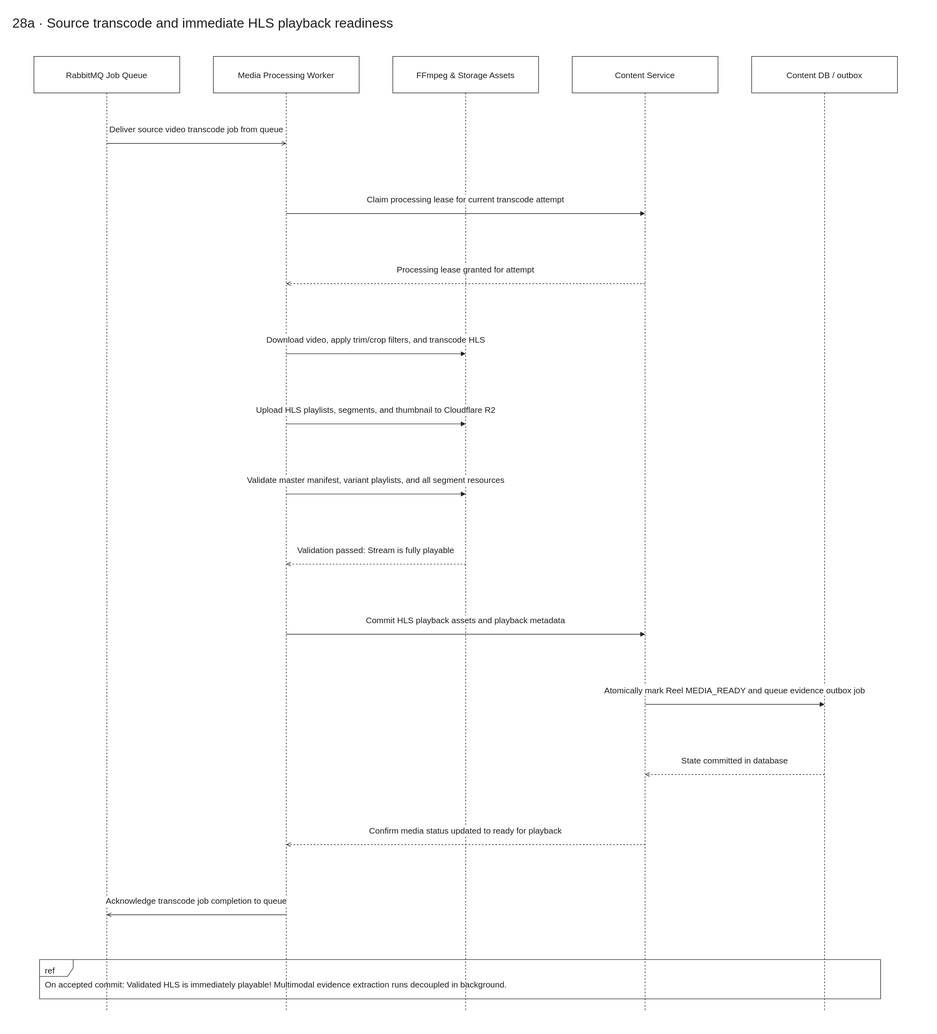
Before: docs/diagrams/velora-current/importable-svg/28a-media-playback-readiness.drawio.svg, a diagram exported from draw.io (HieuCuteDangYeu/velora-backend). Source tidied: cells renumbered, new cells last; positions are measured from the earlier drawing's top-left corner, leaving out a move shared by most shapes.
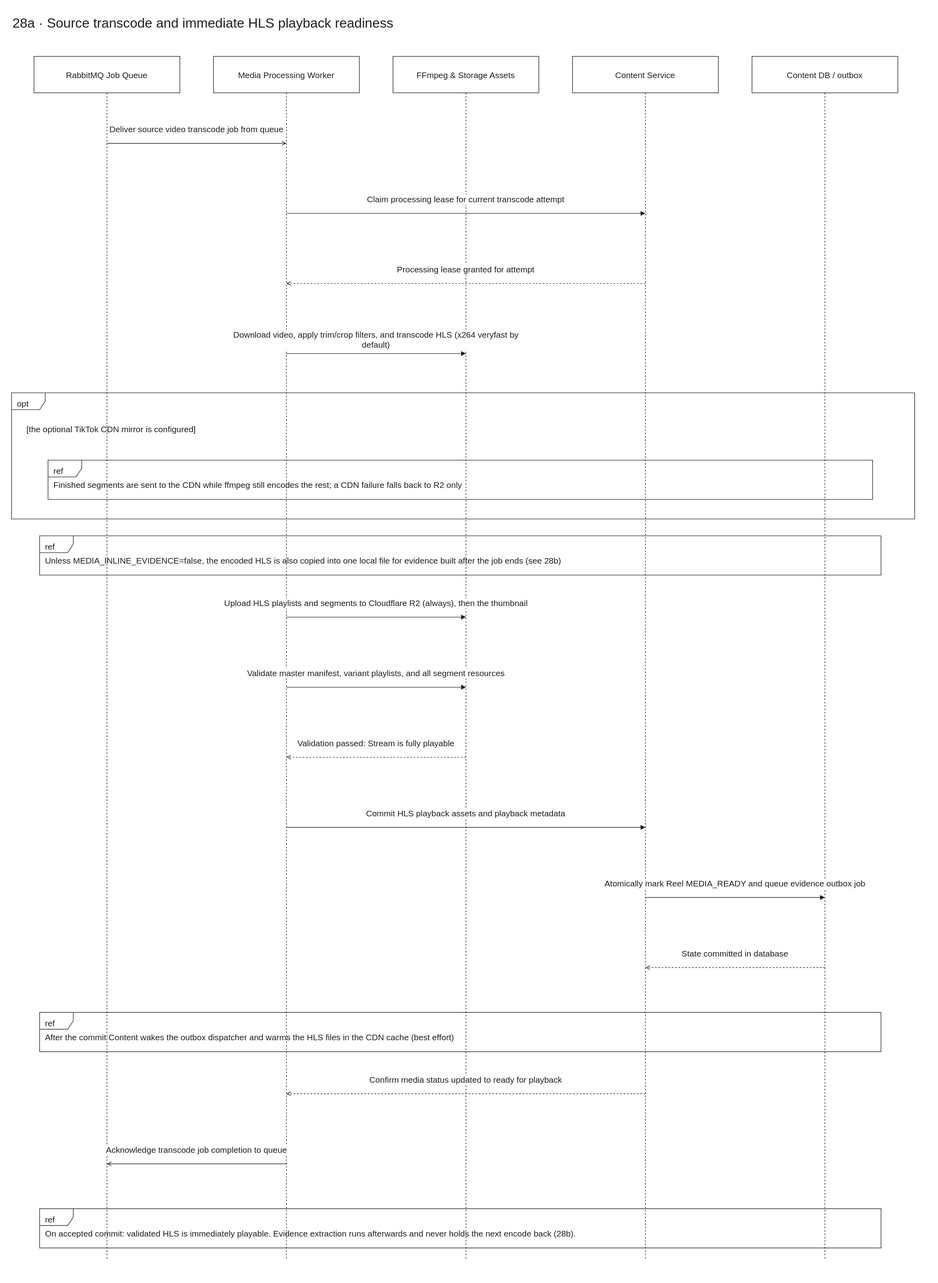
The same diagram one commit later.

Change to the diagram source:
```diff
@@ -2,36 +2,36 @@
   <root>
     <mxCell id="0" />
     <mxCell id="1" parent="0" />
-    <mxCell id="2" style="html=1;fontFamily=Arial;fontSize=15;fontColor=light-dark(#202020,#eeeeee);strokeColor=light-dark(#202020,#eeeeee);dashed=1;endArrow=none;" parent="1" edge="1">
-      <mxGeometry relative="1" as="geometry">
-        <mxPoint x="1450" y="145" as="sourcePoint" />
-        <mxPoint x="1450" y="1780" as="targetPoint" />
-      </mxGeometry>
-    </mxCell>
-    <mxCell id="3" style="html=1;fontFamily=Arial;fontSize=15;fontColor=light-dark(#202020,#eeeeee);strokeColor=light-dark(#202020,#eeeeee);dashed=1;endArrow=none;" parent="1" edge="1">
-      <mxGeometry relative="1" as="geometry">
-        <mxPoint x="1130" y="145" as="sourcePoint" />
-        <mxPoint x="1130" y="1780" as="targetPoint" />
-      </mxGeometry>
-    </mxCell>
-    <mxCell id="4" style="html=1;fontFamily=Arial;fontSize=15;fontColor=light-dark(#202020,#eeeeee);strokeColor=light-dark(#202020,#eeeeee);dashed=1;endArrow=none;" parent="1" edge="1">
-      <mxGeometry relative="1" as="geometry">
-        <mxPoint x="810" y="145" as="sourcePoint" />
-        <mxPoint x="810" y="1780" as="targetPoint" />
-      </mxGeometry>
-    </mxCell>
-    <mxCell id="5" style="html=1;fontFamily=Arial;fontSize=15;fontColor=light-dark(#202020,#eeeeee);strokeColor=light-dark(#202020,#eeeeee);dashed=1;endArrow=none;" parent="1" edge="1">
-      <mxGeometry relative="1" as="geometry">
-        <mxPoint x="490" y="145" as="sourcePoint" />
-        <mxPoint x="490" y="1780" as="targetPoint" />
-      </mxGeometry>
-    </mxCell>
-    <mxCell id="6" style="html=1;fontFamily=Arial;fontSize=15;fontColor=light-dark(#202020,#eeeeee);strokeColor=light-dark(#202020,#eeeeee);dashed=1;endArrow=none;" parent="1" edge="1">
-      <mxGeometry relative="1" as="geometry">
-        <mxPoint x="170" y="145" as="sourcePoint" />
-        <mxPoint x="170" y="1780" as="targetPoint" />
-      </mxGeometry>
-    </mxCell>
+    <mxCell id="27" style="html=1;fontFamily=Arial;fontSize=15;fontColor=light-dark(#202020,#eeeeee);strokeColor=light-dark(#202020,#eeeeee);dashed=1;endArrow=none;" parent="1" edge="1">
+      <mxGeometry relative="1" as="geometry">
+        <mxPoint x="1450" y="145" as="sourcePoint" />
+        <mxPoint x="1450" y="2225" as="targetPoint" />
+      </mxGeometry>
+    </mxCell>
+    <mxCell id="28" style="html=1;fontFamily=Arial;fontSize=15;fontColor=light-dark(#202020,#eeeeee);strokeColor=light-dark(#202020,#eeeeee);dashed=1;endArrow=none;" parent="1" edge="1">
+      <mxGeometry relative="1" as="geometry">
+        <mxPoint x="1130" y="145" as="sourcePoint" />
+        <mxPoint x="1130" y="2225" as="targetPoint" />
+      </mxGeometry>
+    </mxCell>
+    <mxCell id="29" style="html=1;fontFamily=Arial;fontSize=15;fontColor=light-dark(#202020,#eeeeee);strokeColor=light-dark(#202020,#eeeeee);dashed=1;endArrow=none;" parent="1" edge="1">
+      <mxGeometry relative="1" as="geometry">
+        <mxPoint x="810" y="145" as="sourcePoint" />
+        <mxPoint x="810" y="2225" as="targetPoint" />
+      </mxGeometry>
+    </mxCell>
+    <mxCell id="30" style="html=1;fontFamily=Arial;fontSize=15;fontColor=light-dark(#202020,#eeeeee);strokeColor=light-dark(#202020,#eeeeee);dashed=1;endArrow=none;" parent="1" edge="1">
+      <mxGeometry relative="1" as="geometry">
+        <mxPoint x="490" y="145" as="sourcePoint" />
+        <mxPoint x="490" y="2225" as="targetPoint" />
+      </mxGeometry>
+    </mxCell>
+    <mxCell id="31" style="html=1;fontFamily=Arial;fontSize=15;fontColor=light-dark(#202020,#eeeeee);strokeColor=light-dark(#202020,#eeeeee);dashed=1;endArrow=none;" parent="1" edge="1">
+      <mxGeometry relative="1" as="geometry">
+        <mxPoint x="170" y="145" as="sourcePoint" />
+        <mxPoint x="170" y="2225" as="targetPoint" />
+      </mxGeometry>
+    </mxCell>
     <mxCell id="7" value="28a · Source transcode and immediate HLS playback readiness" style="html=1;fontFamily=Arial;fontSize=15;fontColor=light-dark(#202020,#eeeeee);strokeColor=light-dark(#202020,#eeeeee);text;fontSize=24;align=left;strokeColor=none;fillColor=none;" parent="1" vertex="1">
       <mxGeometry width="1610" height="50" as="geometry" />
     </mxCell>
@@ -71,74 +71,98 @@
         <mxPoint y="-25" as="offset" />
       </mxGeometry>
     </mxCell>
-    <mxCell id="16" value="Download video, apply trim/crop filters, and transcode HLS" style="html=1;fontFamily=Arial;fontSize=15;fontColor=light-dark(#202020,#eeeeee);strokeColor=light-dark(#202020,#eeeeee);endArrow=block;endFill=1;labelBackgroundColor=#ffffff;labelWidth=550;whiteSpace=wrap;align=center;" parent="1" edge="1">
+    <mxCell id="16" value="Download video, apply trim/crop filters, and transcode HLS (x264 veryfast by default)" style="html=1;fontFamily=Arial;fontSize=15;fontColor=light-dark(#202020,#eeeeee);strokeColor=light-dark(#202020,#eeeeee);endArrow=block;endFill=1;labelBackgroundColor=#ffffff;labelWidth=550;whiteSpace=wrap;align=center;" parent="1" edge="1">
       <mxGeometry relative="1" as="geometry">
         <mxPoint x="490" y="610" as="sourcePoint" />
         <mxPoint x="810" y="610" as="targetPoint" />
         <mxPoint y="-25" as="offset" />
       </mxGeometry>
     </mxCell>
-    <mxCell id="17" value="Upload HLS playlists, segments, and thumbnail to Cloudflare R2" style="html=1;fontFamily=Arial;fontSize=15;fontColor=light-dark(#202020,#eeeeee);strokeColor=light-dark(#202020,#eeeeee);endArrow=block;endFill=1;labelBackgroundColor=#ffffff;labelWidth=550;whiteSpace=wrap;align=center;" parent="1" edge="1">
-      <mxGeometry relative="1" as="geometry">
-        <mxPoint x="490" y="735" as="sourcePoint" />
-        <mxPoint x="810" y="735" as="targetPoint" />
-        <mxPoint y="-25" as="offset" />
-      </mxGeometry>
+    <mxCell id="17" value="opt" style="html=1;fontFamily=Arial;fontSize=15;fontColor=light-dark(#202020,#eeeeee);strokeColor=light-dark(#202020,#eeeeee);shape=umlFrame;fillColor=none;align=left;verticalAlign=top;spacingLeft=8;spacingTop=4;" parent="1" vertex="1">
+      <mxGeometry y="680" width="1610" height="225" as="geometry" />
     </mxCell>
-    <mxCell id="18" value="Validate master manifest, variant playlists, and all segment resources" style="html=1;fontFamily=Arial;fontSize=15;fontColor=light-dark(#202020,#eeeeee);strokeColor=light-dark(#202020,#eeeeee);endArrow=block;endFill=1;labelBackgroundColor=#ffffff;labelWidth=550;whiteSpace=wrap;align=center;" parent="1" edge="1">
-      <mxGeometry relative="1" as="geometry">
-        <mxPoint x="490" y="860" as="sourcePoint" />
-        <mxPoint x="810" y="860" as="targetPoint" />
-        <mxPoint y="-25" as="offset" />
-      </mxGeometry>
+    <mxCell id="18" value="[the optional TikTok CDN mirror is configured]" style="html=1;fontFamily=Arial;fontSize=15;fontColor=light-dark(#202020,#eeeeee);strokeColor=light-dark(#202020,#eeeeee);text;whiteSpace=wrap;align=left;strokeColor=none;fillColor=none;" parent="1" vertex="1">
+      <mxGeometry x="25" y="730" width="1550" height="45" as="geometry" />
     </mxCell>
-    <mxCell id="19" value="Validation passed: Stream is fully playable" style="html=1;fontFamily=Arial;fontSize=15;fontColor=light-dark(#202020,#eeeeee);strokeColor=light-dark(#202020,#eeeeee);endArrow=open;dashed=1;labelBackgroundColor=#ffffff;labelWidth=550;whiteSpace=wrap;align=center;" parent="1" edge="1">
-      <mxGeometry relative="1" as="geometry">
-        <mxPoint x="810" y="985" as="sourcePoint" />
-        <mxPoint x="490" y="985" as="targetPoint" />
-        <mxPoint y="-25" as="offset" />
-      </mxGeometry>
+    <mxCell id="19" value="ref" style="html=1;fontFamily=Arial;fontSize=15;fontColor=light-dark(#202020,#eeeeee);strokeColor=light-dark(#202020,#eeeeee);shape=umlFrame;fillColor=light-dark(#ffffff,#181818);align=left;verticalAlign=top;spacingLeft=8;spacingTop=4;" parent="1" vertex="1">
+      <mxGeometry x="65" y="800" width="1470" height="70" as="geometry" />
     </mxCell>
-    <mxCell id="20" value="Commit HLS playback assets and playback metadata" style="html=1;fontFamily=Arial;fontSize=15;fontColor=light-dark(#202020,#eeeeee);strokeColor=light-dark(#202020,#eeeeee);endArrow=block;endFill=1;labelBackgroundColor=#ffffff;labelWidth=550;whiteSpace=wrap;align=center;" parent="1" edge="1">
-      <mxGeometry relative="1" as="geometry">
-        <mxPoint x="490" y="1110" as="sourcePoint" />
-        <mxPoint x="1130" y="1110" as="targetPoint" />
-        <mxPoint y="-25" as="offset" />
-      </mxGeometry>
+    <mxCell id="20" value="Finished segments are sent to the CDN while ffmpeg still encodes the rest; a CDN failure falls back to R2 only" style="html=1;fontFamily=Arial;fontSize=15;fontColor=light-dark(#202020,#eeeeee);strokeColor=light-dark(#202020,#eeeeee);text;whiteSpace=wrap;align=left;verticalAlign=middle;strokeColor=none;fillColor=none;" parent="1" vertex="1">
+      <mxGeometry x="73" y="822" width="1450" height="44" as="geometry" />
     </mxCell>
-    <mxCell id="21" value="Atomically mark Reel MEDIA_READY and queue evidence outbox job" style="html=1;fontFamily=Arial;fontSize=15;fontColor=light-dark(#202020,#eeeeee);strokeColor=light-dark(#202020,#eeeeee);endArrow=block;endFill=1;labelBackgroundColor=#ffffff;labelWidth=550;whiteSpace=wrap;align=center;" parent="1" edge="1">
-      <mxGeometry relative="1" as="geometry">
-        <mxPoint x="1130" y="1235" as="sourcePoint" />
-        <mxPoint x="1450" y="1235" as="targetPoint" />
-        <mxPoint y="-25" as="offset" />
-      </mxGeometry>
+    <mxCell id="21" value="ref" style="html=1;fontFamily=Arial;fontSize=15;fontColor=light-dark(#202020,#eeeeee);strokeColor=light-dark(#202020,#eeeeee);shape=umlFrame;fillColor=light-dark(#ffffff,#181818);align=left;verticalAlign=top;spacingLeft=8;spacingTop=4;" parent="1" vertex="1">
+      <mxGeometry x="50" y="935" width="1500" height="70" as="geometry" />
     </mxCell>
-    <mxCell id="22" value="State committed in database" style="html=1;fontFamily=Arial;fontSize=15;fontColor=light-dark(#202020,#eeeeee);strokeColor=light-dark(#202020,#eeeeee);endArrow=open;dashed=1;labelBackgroundColor=#ffffff;labelWidth=550;whiteSpace=wrap;align=center;" parent="1" edge="1">
-      <mxGeometry relative="1" as="geometry">
-        <mxPoint x="1450" y="1360" as="sourcePoint" />
-        <mxPoint x="1130" y="1360" as="targetPoint" />
-        <mxPoint y="-25" as="offset" />
-      </mxGeometry>
+    <mxCell id="22" value="Unless MEDIA_INLINE_EVIDENCE=false, the encoded HLS is also copied into one local file for evidence built after the job ends (see 28b)" style="html=1;fontFamily=Arial;fontSize=15;fontColor=light-dark(#202020,#eeeeee);strokeColor=light-dark(#202020,#eeeeee);text;whiteSpace=wrap;align=left;verticalAlign=middle;strokeColor=none;fillColor=none;" parent="1" vertex="1">
+      <mxGeometry x="58" y="957" width="1480" height="44" as="geometry" />
     </mxCell>
-    <mxCell id="23" value="Confirm media status updated to ready for playback" style="html=1;fontFamily=Arial;fontSize=15;fontColor=light-dark(#202020,#eeeeee);strokeColor=light-dark(#202020,#eeeeee);endArrow=open;dashed=1;labelBackgroundColor=#ffffff;labelWidth=550;whiteSpace=wrap;align=center;" parent="1" edge="1">
+    <mxCell id="23" value="Upload HLS playlists and segments to Cloudflare R2 (always), then the thumbnail" style="html=1;fontFamily=Arial;fontSize=15;fontColor=light-dark(#202020,#eeeeee);strokeColor=light-dark(#202020,#eeeeee);endArrow=block;endFill=1;labelBackgroundColor=#ffffff;labelWidth=550;whiteSpace=wrap;align=center;" parent="1" edge="1">
       <mxGeometry relative="1" as="geometry">
-        <mxPoint x="1130" y="1485" as="sourcePoint" />
-        <mxPoint x="490" y="1485" as="targetPoint" />
+        <mxPoint x="490" y="1080" as="sourcePoint" />
+        <mxPoint x="810" y="1080" as="targetPoint" />
         <mxPoint y="-25" as="offset" />
       </mxGeometry>
     </mxCell>
-    <mxCell id="24" value="Acknowledge transcode job completion to queue" style="html=1;fontFamily=Arial;fontSize=15;fontColor=light-dark(#202020,#eeeeee);strokeColor=light-dark(#202020,#eeeeee);endArrow=open;endFill=0;labelBackgroundColor=#ffffff;labelWidth=550;whiteSpace=wrap;align=center;" parent="1" edge="1">
+    <mxCell id="24" value="Validate master manifest, variant playlists, and all segment resources" style="html=1;fontFamily=Arial;fontSize=15;fontColor=light-dark(#202020,#eeeeee);strokeColor=light-dark(#202020,#eeeeee);endArrow=block;endFill=1;labelBackgroundColor=#ffffff;labelWidth=550;whiteSpace=wrap;align=center;" parent="1" edge="1">
       <mxGeometry relative="1" as="geometry">
-        <mxPoint x="490" y="1610" as="sourcePoint" />
-        <mxPoint x="170" y="1610" as="targetPoint" />
+        <mxPoint x="490" y="1205" as="sourcePoint" />
+        <mxPoint x="810" y="1205" as="targetPoint" />
         <mxPoint y="-25" as="offset" />
       </mxGeometry>
     </mxCell>
-    <mxCell id="25" value="ref" style="html=1;fontFamily=Arial;fontSize=15;fontColor=light-dark(#202020,#eeeeee);strokeColor=light-dark(#202020,#eeeeee);shape=umlFrame;fillColor=light-dark(#ffffff,#181818);align=left;verticalAlign=top;spacingLeft=8;spacingTop=4;" parent="1" vertex="1">
-      <mxGeometry x="50" y="1690" width="1500" height="70" as="geometry" />
+    <mxCell id="25" value="Validation passed: Stream is fully playable" style="html=1;fontFamily=Arial;fontSize=15;fontColor=light-dark(#202020,#eeeeee);strokeColor=light-dark(#202020,#eeeeee);endArrow=open;dashed=1;labelBackgroundColor=#ffffff;labelWidth=550;whiteSpace=wrap;align=center;" parent="1" edge="1">
+      <mxGeometry relative="1" as="geometry">
+        <mxPoint x="810" y="1330" as="sourcePoint" />
+        <mxPoint x="490" y="1330" as="targetPoint" />
+        <mxPoint y="-25" as="offset" />
+      </mxGeometry>
     </mxCell>
-    <mxCell id="26" value="On accepted commit: Validated HLS is immediately playable! Multimodal evidence extraction runs decoupled in background." style="html=1;fontFamily=Arial;fontSize=15;fontColor=light-dark(#202020,#eeeeee);strokeColor=light-dark(#202020,#eeeeee);text;whiteSpace=wrap;align=left;verticalAlign=middle;strokeColor=none;fillColor=none;" parent="1" vertex="1">
-      <mxGeometry x="58" y="1712" width="1480" height="44" as="geometry" />
+    <mxCell id="26" value="Commit HLS playback assets and playback metadata" style="html=1;fontFamily=Arial;fontSize=15;fontColor=light-dark(#202020,#eeeeee);strokeColor=light-dark(#202020,#eeeeee);endArrow=block;endFill=1;labelBackgroundColor=#ffffff;labelWidth=550;whiteSpace=wrap;align=center;" parent="1" edge="1">
+      <mxGeometry relative="1" as="geometry">
+        <mxPoint x="490" y="1455" as="sourcePoint" />
+        <mxPoint x="1130" y="1455" as="targetPoint" />
+        <mxPoint y="-25" as="offset" />
+      </mxGeometry>
     </mxCell>
+    <mxCell id="32" value="Atomically mark Reel MEDIA_READY and queue evidence outbox job" style="html=1;fontFamily=Arial;fontSize=15;fontColor=light-dark(#202020,#eeeeee);strokeColor=light-dark(#202020,#eeeeee);endArrow=block;endFill=1;labelBackgroundColor=#ffffff;labelWidth=550;whiteSpace=wrap;align=center;" parent="1" edge="1">
+      <mxGeometry relative="1" as="geometry">
+        <mxPoint x="1130" y="1580" as="sourcePoint" />
+        <mxPoint x="1450" y="1580" as="targetPoint" />
+        <mxPoint y="-25" as="offset" />
+      </mxGeometry>
+    </mxCell>
+    <mxCell id="33" value="State committed in database" style="html=1;fontFamily=Arial;fontSize=15;fontColor=light-dark(#202020,#eeeeee);strokeColor=light-dark(#202020,#eeeeee);endArrow=open;dashed=1;labelBackgroundColor=#ffffff;labelWidth=550;whiteSpace=wrap;align=center;" parent="1" edge="1">
+      <mxGeometry relative="1" as="geometry">
+        <mxPoint x="1450" y="1705" as="sourcePoint" />
+        <mxPoint x="1130" y="1705" as="targetPoint" />
+        <mxPoint y="-25" as="offset" />
+      </mxGeometry>
+    </mxCell>
+    <mxCell id="34" value="ref" style="html=1;fontFamily=Arial;fontSize=15;fontColor=light-dark(#202020,#eeeeee);strokeColor=light-dark(#202020,#eeeeee);shape=umlFrame;fillColor=light-dark(#ffffff,#181818);align=left;verticalAlign=top;spacingLeft=8;spacingTop=4;" parent="1" vertex="1">
+      <mxGeometry x="50" y="1785" width="1500" height="70" as="geometry" />
+    </mxCell>
+    <mxCell id="35" value="After the commit Content wakes the outbox dispatcher and warms the HLS files in the CDN cache (best effort)" style="html=1;fontFamily=Arial;fontSize=15;fontColor=light-dark(#202020,#eeeeee);strokeColor=light-dark(#202020,#eeeeee);text;whiteSpace=wrap;align=left;verticalAlign=middle;strokeColor=none;fillColor=none;" parent="1" vertex="1">
+      <mxGeometry x="58" y="1807" width="1480" height="44" as="geometry" />
+    </mxCell>
+    <mxCell id="36" value="Confirm media status updated to ready for playback" style="html=1;fontFamily=Arial;fontSize=15;fontColor=light-dark(#202020,#eeeeee);strokeColor=light-dark(#202020,#eeeeee);endArrow=open;dashed=1;labelBackgroundColor=#ffffff;labelWidth=550;whiteSpace=wrap;align=center;" parent="1" edge="1">
+      <mxGeometry relative="1" as="geometry">
+        <mxPoint x="1130" y="1930" as="sourcePoint" />
+        <mxPoint x="490" y="1930" as="targetPoint" />
+        <mxPoint y="-25" as="offset" />
+      </mxGeometry>
+    </mxCell>
+    <mxCell id="37" value="Acknowledge transcode job completion to queue" style="html=1;fontFamily=Arial;fontSize=15;fontColor=light-dark(#202020,#eeeeee);strokeColor=light-dark(#202020,#eeeeee);endArrow=open;endFill=0;labelBackgroundColor=#ffffff;labelWidth=550;whiteSpace=wrap;align=center;" parent="1" edge="1">
+      <mxGeometry relative="1" as="geometry">
+        <mxPoint x="490" y="2055" as="sourcePoint" />
+        <mxPoint x="170" y="2055" as="targetPoint" />
+        <mxPoint y="-25" as="offset" />
+      </mxGeometry>
+    </mxCell>
+    <mxCell id="38" value="ref" style="html=1;fontFamily=Arial;fontSize=15;fontColor=light-dark(#202020,#eeeeee);strokeColor=light-dark(#202020,#eeeeee);shape=umlFrame;fillColor=light-dark(#ffffff,#181818);align=left;verticalAlign=top;spacingLeft=8;spacingTop=4;" parent="1" vertex="1">
+      <mxGeometry x="50" y="2135" width="1500" height="70" as="geometry" />
+    </mxCell>
+    <mxCell id="39" value="On accepted commit: validated HLS is immediately playable. Evidence extraction runs afterwards and never holds the next encode back (28b)." style="html=1;fontFamily=Arial;fontSize=15;fontColor=light-dark(#202020,#eeeeee);strokeColor=light-dark(#202020,#eeeeee);text;whiteSpace=wrap;align=left;verticalAlign=middle;strokeColor=none;fillColor=none;" parent="1" vertex="1">
+      <mxGeometry x="58" y="2157" width="1480" height="44" as="geometry" />
+    </mxCell>
   </root>
 </mxGraphModel>
```
